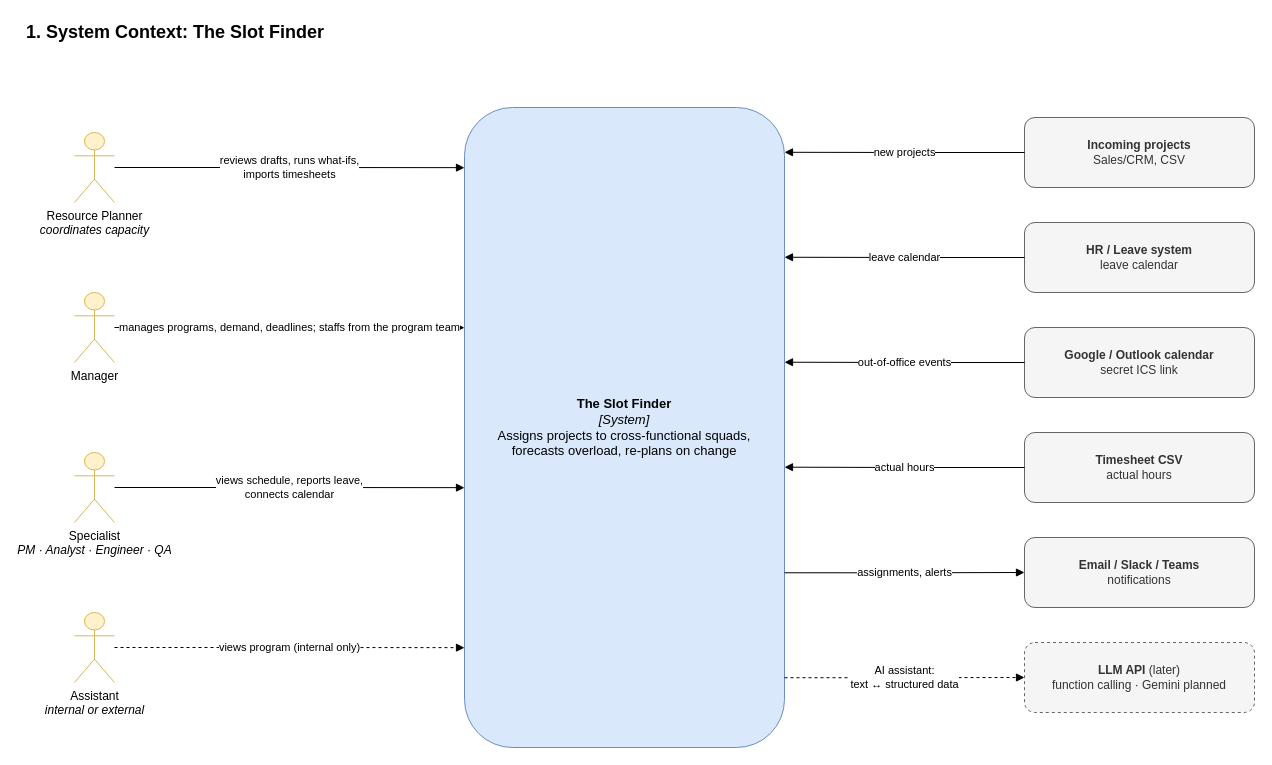
This is page "1. Context" (1 of 9) of docs/architecture.drawio from dophnamm/the-slot-finder, a draw.io file, before an edit. Source tidied: cells renumbered, new cells numbered last; positions are measured from the earlier drawing's top-left corner, leaving out a move shared by most shapes. Both pictures are drawn from the tidied source at 100%, with x=0, y=0 at pixel (24, 17).
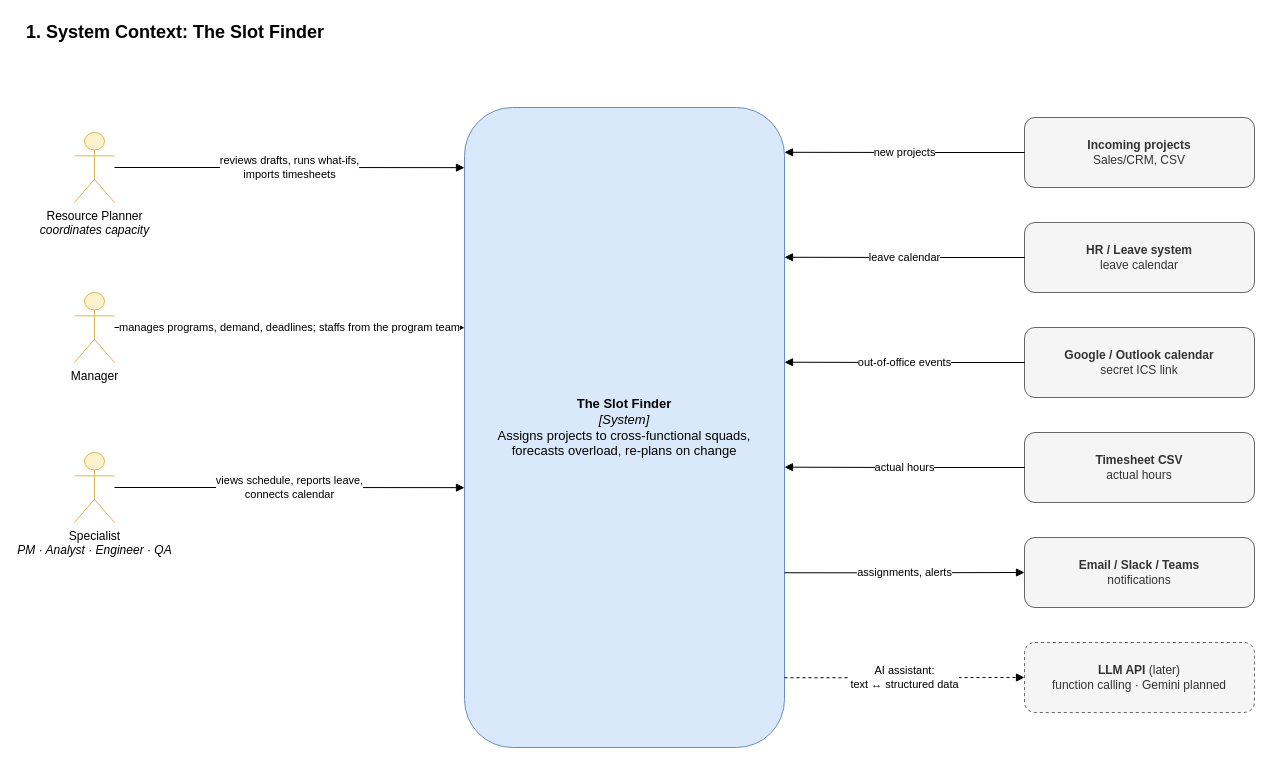
Above is the later version.

The change refers to these unchanged cells:
```xml
<mxCell id="3" value="&lt;b&gt;The Slot Finder&lt;/b&gt;&lt;br&gt;&lt;i&gt;[System]&lt;/i&gt;&lt;br&gt;Assigns projects to cross-functional squads,&lt;br&gt;forecasts overload, re-plans on change" style="rounded=1;whiteSpace=wrap;html=1;fillColor=#dae8fc;strokeColor=#6c8ebf;fontSize=13;" parent="1" vertex="1">
  <mxGeometry x="440" y="90" width="320" height="640" as="geometry" />
</mxCell>
```

Change to the diagram source:
```diff
@@
-    <mxCell id="10" value="Assistant&lt;br&gt;&lt;i&gt;internal or external&lt;/i&gt;" style="shape=umlActor;verticalLabelPosition=bottom;verticalAlign=top;html=1;outlineConnect=0;fillColor=#fff2cc;strokeColor=#d6b656;" parent="1" vertex="1">
-      <mxGeometry x="50" y="595" width="40" height="70" as="geometry" />
-    </mxCell>
-    <mxCell id="11" value="views program (internal only)" style="edgeStyle=orthogonalEdgeStyle;rounded=1;html=1;endArrow=block;endFill=1;dashed=1;fontSize=11;labelBackgroundColor=#ffffff;exitX=1;exitY=0.5;exitDx=0;exitDy=0;entryX=0;entryY=0.844;entryDx=0;entryDy=0;" parent="1" edge="1" source="10" target="3">
-      <mxGeometry relative="1" as="geometry" />
-    </mxCell>
```
